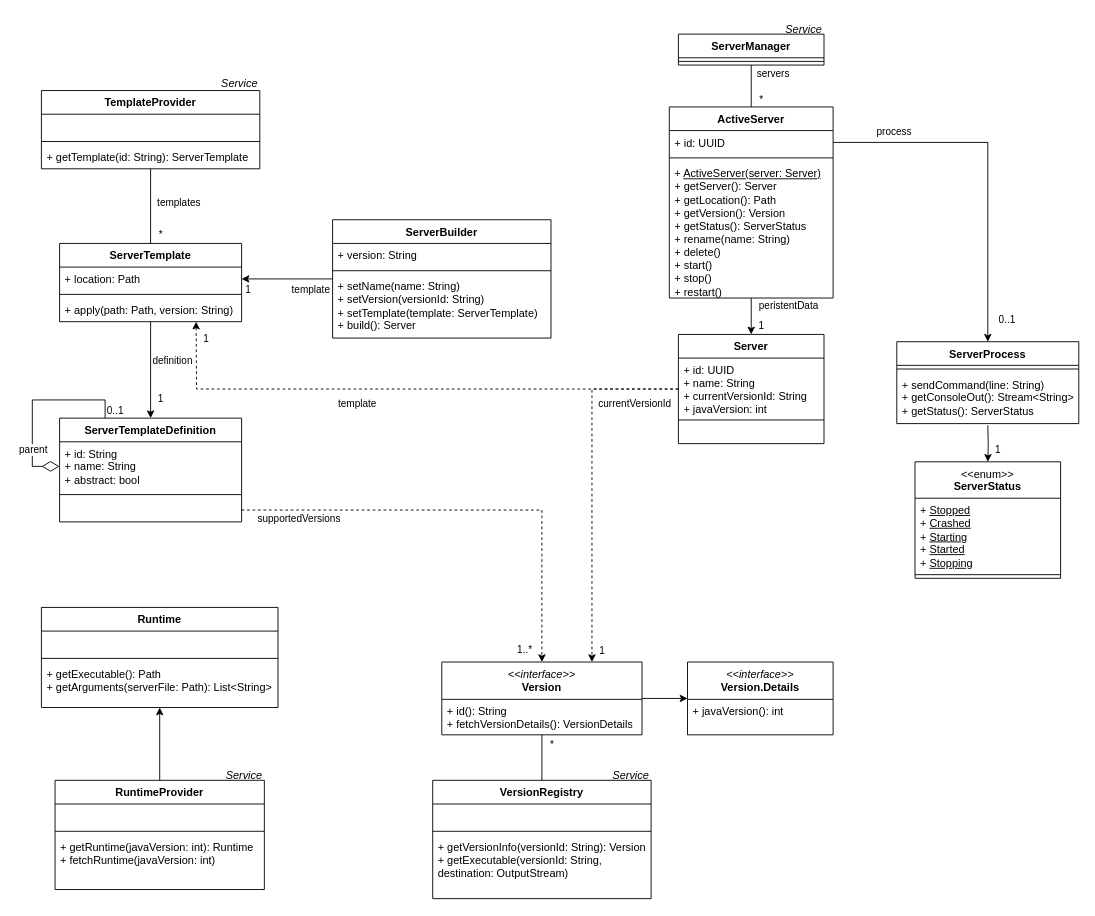
Fisch37/mc-server-manager keeps this draw.io diagram as Klassendiagramm.drawio. Above is the earlier version. Source tidied: cells renumbered, new cells numbered last; positions are measured from the earlier drawing's top-left corner, leaving out a move shared by most shapes. Both pictures are drawn from the tidied source at 91%, with x=0, y=0 at pixel (32, 15).
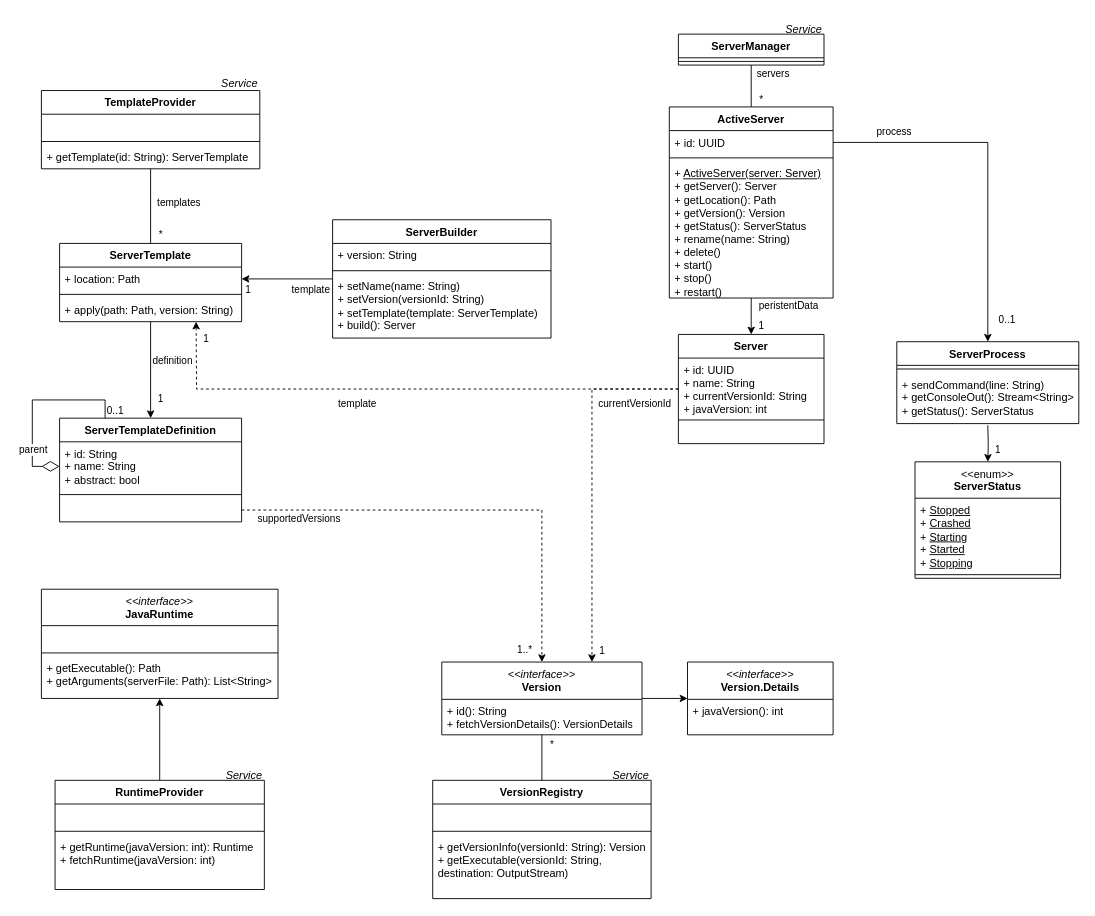
The same page after the edit.

Commit message (it also covers changes not shown here):
Implemented runtime system

Change to the diagram source:
```diff
@@
-    <mxCell id="81" value="Runtime" style="swimlane;fontStyle=1;align=center;verticalAlign=top;horizontal=1;startSize=26;whiteSpace=wrap;html=1;" parent="1" vertex="1">
-      <mxGeometry x="10" y="650" width="260" height="110" as="geometry" />
+    <mxCell id="81" value="&lt;div&gt;&lt;span style=&quot;font-weight: normal;&quot;&gt;&lt;i&gt;&amp;lt;&amp;lt;interface&amp;gt;&amp;gt;&lt;/i&gt;&lt;/span&gt;&lt;/div&gt;JavaRuntime" style="swimlane;fontStyle=1;align=center;verticalAlign=top;horizontal=1;startSize=40;whiteSpace=wrap;html=1;" parent="1" vertex="1">
+      <mxGeometry x="10" y="630" width="260" height="120" as="geometry" />
     </mxCell>
     <mxCell id="82" value="&amp;nbsp;" style="text;strokeColor=none;fillColor=none;align=left;verticalAlign=top;spacingLeft=4;spacingRight=4;overflow=hidden;whiteSpace=wrap;html=1;" parent="81" vertex="1">
-      <mxGeometry y="26" width="260" height="26" as="geometry" />
+      <mxGeometry y="40" width="260" height="26" as="geometry" />
     </mxCell>
     <mxCell id="83" style="line;strokeWidth=1;fillColor=none;align=left;verticalAlign=middle;spacingTop=-1;spacingLeft=3;spacingRight=3;labelPosition=right;strokeColor=inherit;" parent="81" vertex="1">
-      <mxGeometry y="52" width="260" height="8" as="geometry" />
+      <mxGeometry y="66" width="260" height="8" as="geometry" />
     </mxCell>
     <mxCell id="84" value="+ getExecutable(): Path&lt;div&gt;+ getArguments(serverFile: Path): List&amp;lt;String&amp;gt;&lt;/div&gt;" style="text;strokeColor=none;fillColor=none;align=left;verticalAlign=top;spacingLeft=4;spacingRight=4;overflow=hidden;whiteSpace=wrap;html=1;" parent="81" vertex="1">
-      <mxGeometry y="60" width="260" height="50" as="geometry" />
+      <mxGeometry y="74" width="260" height="46" as="geometry" />
     </mxCell>
```
